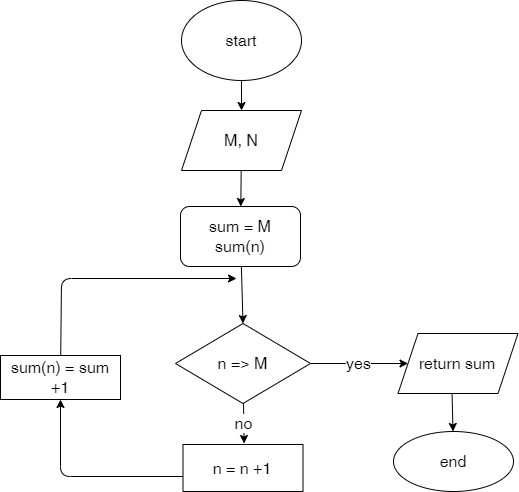
This is Homework/Lesson09/task66/alg.drawio.png from sergdmi/3-Code, a draw.io export, as it was before one commit. Source tidied: cells renumbered, new cells last; positions are measured from the earlier drawing's top-left corner, leaving out a move shared by most shapes.
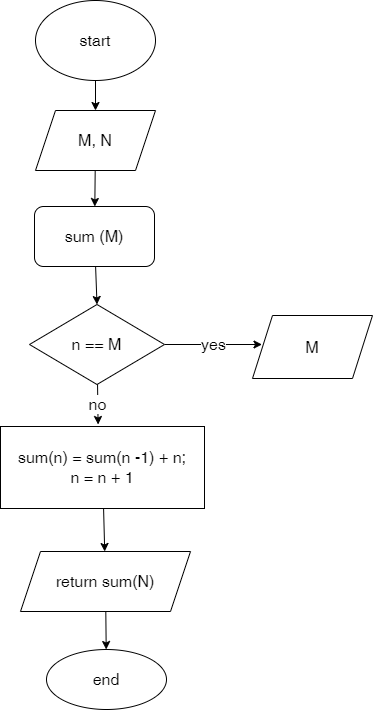
The same diagram one commit later.

Diff of the diagram source:
```diff
@@ -16,53 +16,40 @@
     </mxCell>
     <mxCell id="6" value="no" style="edgeStyle=none;html=1;fontSize=16;" parent="1" edge="1" source="8">
       <mxGeometry relative="1" as="geometry">
-        <mxPoint x="243.6" y="443" as="targetPoint" />
+        <mxPoint x="243.6" y="424" as="targetPoint" />
       </mxGeometry>
     </mxCell>
-    <mxCell id="7" value="yes" style="edgeStyle=none;html=1;fontSize=16;" parent="1" edge="1" source="8" target="17">
-      <mxGeometry relative="1" as="geometry" />
+    <mxCell id="7" value="yes" style="edgeStyle=none;html=1;fontSize=16;" parent="1" edge="1" source="8">
+      <mxGeometry relative="1" as="geometry">
+        <mxPoint x="407.5" y="344" as="targetPoint" />
+      </mxGeometry>
     </mxCell>
-    <mxCell id="8" value="n =&amp;gt; M" style="rhombus;whiteSpace=wrap;html=1;fontSize=16;" parent="1" vertex="1">
-      <mxGeometry x="175" y="323" width="135" height="80" as="geometry" />
+    <mxCell id="8" value="n == M" style="rhombus;whiteSpace=wrap;html=1;fontSize=16;" parent="1" vertex="1">
+      <mxGeometry x="175" y="304" width="135" height="80" as="geometry" />
     </mxCell>
-    <mxCell id="9" style="edgeStyle=none;html=1;fontSize=16;" parent="1" edge="1" target="12">
-      <mxGeometry relative="1" as="geometry">
-        <mxPoint x="189" y="476" as="sourcePoint" />
-        <Array as="points">
-          <mxPoint x="60" y="476" />
-        </Array>
-      </mxGeometry>
-    </mxCell>
-    <mxCell id="10" style="edgeStyle=none;html=1;fontSize=16;exitX=0.5;exitY=1;exitDx=0;exitDy=0;" parent="1" edge="1" target="13">
-      <mxGeometry relative="1" as="geometry">
-        <mxPoint x="451.5" y="390" as="sourcePoint" />
-      </mxGeometry>
-    </mxCell>
-    <mxCell id="11" style="edgeStyle=none;html=1;fontSize=16;" parent="1" edge="1" source="12">
-      <mxGeometry relative="1" as="geometry">
-        <mxPoint x="236" y="278" as="targetPoint" />
-        <Array as="points">
-          <mxPoint x="61" y="278" />
-        </Array>
-      </mxGeometry>
-    </mxCell>
-    <mxCell id="12" value="sum(n) = sum +1" style="whiteSpace=wrap;html=1;fontSize=16;" parent="1" vertex="1">
-      <mxGeometry y="355" width="120" height="44" as="geometry" />
-    </mxCell>
     <mxCell id="13" value="end" style="ellipse;whiteSpace=wrap;html=1;fontSize=16;" parent="1" vertex="1">
-      <mxGeometry x="393" y="431" width="120" height="60" as="geometry" />
+      <mxGeometry x="192" y="649" width="120" height="60" as="geometry" />
     </mxCell>
     <mxCell id="14" style="edgeStyle=none;html=1;fontSize=16;entryX=0.5;entryY=0;entryDx=0;entryDy=0;" parent="1" edge="1" source="15" target="8">
       <mxGeometry relative="1" as="geometry" />
     </mxCell>
-    <mxCell id="15" value="sum = M&lt;br&gt;sum(n)" style="rounded=1;whiteSpace=wrap;html=1;fontSize=16;" parent="1" vertex="1">
+    <mxCell id="15" value="sum (M)&lt;br&gt;" style="rounded=1;whiteSpace=wrap;html=1;fontSize=16;" parent="1" vertex="1">
       <mxGeometry x="180" y="206" width="120" height="60" as="geometry" />
     </mxCell>
+    <mxCell id="18" style="edgeStyle=none;html=1;fontSize=16;" parent="1" edge="1" source="16" target="21">
+      <mxGeometry relative="1" as="geometry" />
+    </mxCell>
-    <mxCell id="16" value="n = n +1" style="rounded=0;whiteSpace=wrap;html=1;fontSize=16;" parent="1" vertex="1">
-      <mxGeometry x="182.5" y="444" width="120" height="47" as="geometry" />
+    <mxCell id="16" value="sum(n) = sum(n -1) + n;&lt;br&gt;n = n + 1" style="rounded=0;whiteSpace=wrap;html=1;fontSize=16;" parent="1" vertex="1">
+      <mxGeometry x="146" y="426" width="204" height="82" as="geometry" />
     </mxCell>
-    <mxCell id="17" value="return sum" style="shape=parallelogram;perimeter=parallelogramPerimeter;whiteSpace=wrap;html=1;fixedSize=1;fontSize=16;" parent="1" vertex="1">
-      <mxGeometry x="397.5" y="333" width="120" height="60" as="geometry" />
-    </mxCell>
+    <mxCell id="19" value="M" style="shape=parallelogram;perimeter=parallelogramPerimeter;whiteSpace=wrap;html=1;fixedSize=1;fontSize=16;" parent="1" vertex="1">
+      <mxGeometry x="398" y="315" width="120" height="63" as="geometry" />
+    </mxCell>
+    <mxCell id="20" style="edgeStyle=none;html=1;fontSize=16;" parent="1" edge="1" source="21" target="13">
+      <mxGeometry relative="1" as="geometry" />
+    </mxCell>
+    <mxCell id="21" value="return sum(N)" style="shape=parallelogram;perimeter=parallelogramPerimeter;whiteSpace=wrap;html=1;fixedSize=1;fontSize=16;" parent="1" vertex="1">
+      <mxGeometry x="166" y="551" width="170" height="60" as="geometry" />
+    </mxCell>
   </root>
 </mxGraphModel>
```
